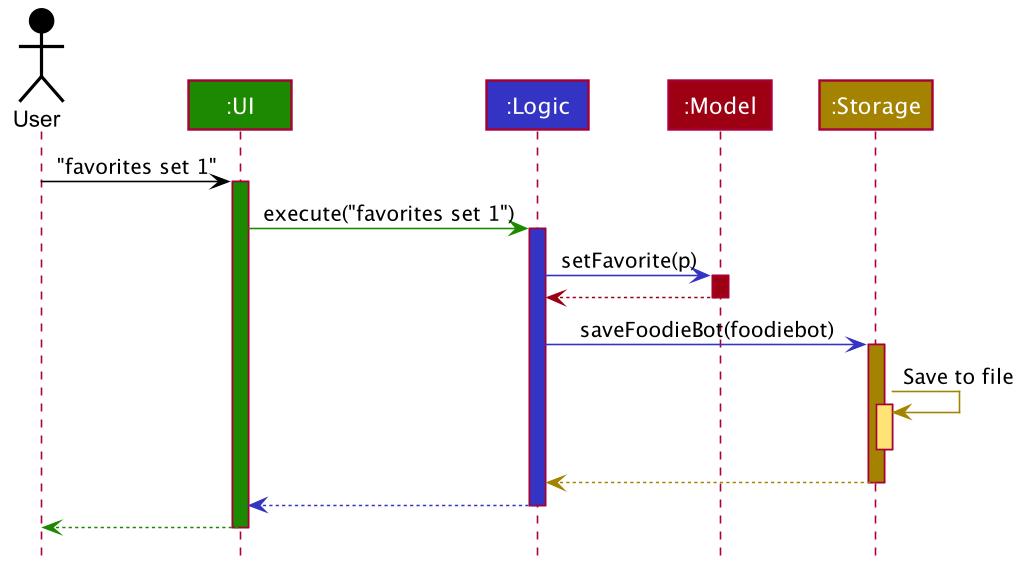
Before: images/ArchitectureSequenceDiagram.png, a diagram exported from PlantUML (AY1920S2-CS2103T-F11-3/main). Its diagram source:
```plantuml
@startuml








skinparam BackgroundColor #FFFFFFF

skinparam Shadowing false

skinparam Class {
    FontColor #FFFFFF
    BorderThickness 1
    BorderColor #FFFFFF
    StereotypeFontColor #FFFFFF
    FontName Arial
}

skinparam Actor {
    BorderColor #000000
    Color #000000
    FontName Arial
}

skinparam Sequence {
    MessageAlign center
    BoxFontSize 15
    BoxPadding 0
    BoxFontColor #FFFFFF
    FontName Arial
}

skinparam Participant {
    FontColor #FFFFFFF
    Padding 20
}

skinparam MinClassWidth 50
skinparam ParticipantPadding 10
skinparam Shadowing false
skinparam DefaultTextAlignment center
skinparam packageStyle Rectangle

hide footbox
hide members
hide circle

Actor User as user #000000
Participant ":UI" as ui #1D8900
Participant ":Logic" as logic #3333C4
Participant ":Model" as model #9D0012
Participant ":Storage" as storage #A38300

user -[#000000]> ui : "favorites set 1"
activate ui #1D8900

ui -[#1D8900]> logic : execute("favorites set 1")
activate logic #3333C4

logic -[#3333C4]> model : setFavorite(p)
activate model #9D0012

model -[#9D0012]-> logic
deactivate model

logic -[#3333C4]> storage : saveFoodieBot(foodiebot)
activate storage #A38300

storage -[#A38300]> storage : Save to file
activate storage #FFE374
deactivate storage

storage --[#A38300]> logic
deactivate storage

logic --[#3333C4]> ui
deactivate logic

ui--[#1D8900]> user
deactivate ui
@enduml
```
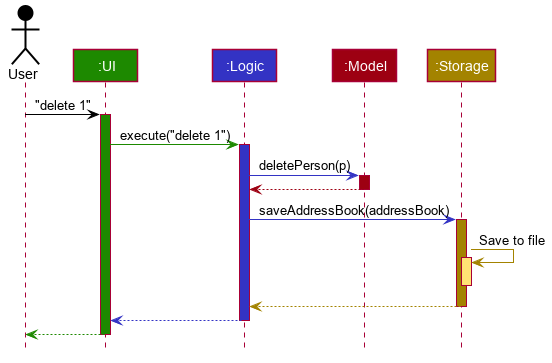
After the change.

The edit, as a diff of the source:
```diff
@@ -54,19 +54,19 @@
 Participant ":Model" as model #9D0012
 Participant ":Storage" as storage #A38300
 
-user -[#000000]> ui : "favorites set 1"
+user -[#000000]> ui : "delete 1"
 activate ui #1D8900
 
-ui -[#1D8900]> logic : execute("favorites set 1")
+ui -[#1D8900]> logic : execute("delete 1")
 activate logic #3333C4
 
-logic -[#3333C4]> model : setFavorite(p)
+logic -[#3333C4]> model : deletePerson(p)
 activate model #9D0012
 
 model -[#9D0012]-> logic
 deactivate model
 
-logic -[#3333C4]> storage : saveFoodieBot(foodiebot)
+logic -[#3333C4]> storage : saveAddressBook(addressBook)
 activate storage #A38300
 
 storage -[#A38300]> storage : Save to file
```
